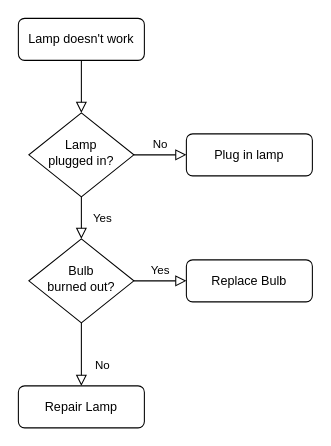
This is Untitled Diagram.drawio from tatzlwurm2/tester, a draw.io file, before an edit. Source tidied: cells renumbered, new cells numbered last; positions are measured from the earlier drawing's top-left corner, leaving out a move shared by most shapes. Both pictures are drawn from the tidied source at 105%, with x=0, y=0 at pixel (18, 18).
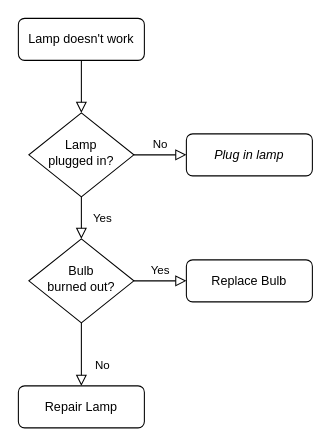
The same diagram, later.

Change to the diagram source:
```diff
@@
 <mxGraphModel>
   <root>
     <mxCell id="0" />
     <mxCell id="1" parent="0" />
     <mxCell id="2" style="rounded=0;html=1;jettySize=auto;fontSize=11;endArrow=block;endFill=0;endSize=8;strokeWidth=1;shadow=0;labelBackgroundColor=none;edgeStyle=orthogonalEdgeStyle;" parent="1" edge="1" source="3" target="6">
       <mxGeometry relative="1" as="geometry" />
     </mxCell>
     <mxCell id="3" value="Lamp doesn't work" style="rounded=1;whiteSpace=wrap;html=1;fontSize=12;glass=0;strokeWidth=1;shadow=0;" parent="1" vertex="1">
       <mxGeometry width="120" height="40" as="geometry" />
     </mxCell>
     <mxCell id="4" value="Yes" style="rounded=0;html=1;jettySize=auto;fontSize=11;endArrow=block;endFill=0;endSize=8;strokeWidth=1;shadow=0;labelBackgroundColor=none;edgeStyle=orthogonalEdgeStyle;" parent="1" edge="1" source="6" target="10">
       <mxGeometry y="20" relative="1" as="geometry" />
     </mxCell>
     <mxCell id="5" value="No" style="edgeStyle=orthogonalEdgeStyle;rounded=0;html=1;jettySize=auto;fontSize=11;endArrow=block;endFill=0;endSize=8;strokeWidth=1;shadow=0;labelBackgroundColor=none;" parent="1" edge="1" source="6" target="7">
       <mxGeometry y="10" relative="1" as="geometry" />
     </mxCell>
     <mxCell id="6" value="Lamp&lt;br&gt;plugged in?" style="rhombus;whiteSpace=wrap;html=1;shadow=0;fontFamily=Helvetica;fontSize=12;align=center;strokeWidth=1;spacing=6;spacingTop=-4;" parent="1" vertex="1">
       <mxGeometry x="10" y="90" width="100" height="80" as="geometry" />
     </mxCell>
-    <mxCell id="7" value="Plug in lamp" style="rounded=1;whiteSpace=wrap;html=1;fontSize=12;glass=0;strokeWidth=1;shadow=0;" parent="1" vertex="1">
+    <mxCell id="7" value="&lt;i&gt;Plug in lamp&lt;/i&gt;" style="rounded=1;whiteSpace=wrap;html=1;fontSize=12;glass=0;strokeWidth=1;shadow=0;" parent="1" vertex="1">
       <mxGeometry x="160" y="110" width="120" height="40" as="geometry" />
     </mxCell>
     <mxCell id="8" value="No" style="rounded=0;html=1;jettySize=auto;fontSize=11;endArrow=block;endFill=0;endSize=8;strokeWidth=1;shadow=0;labelBackgroundColor=none;edgeStyle=orthogonalEdgeStyle;" parent="1" edge="1" source="10" target="11">
       <mxGeometry x="0.33" y="20" relative="1" as="geometry" />
     </mxCell>
     <mxCell id="9" value="Yes" style="edgeStyle=orthogonalEdgeStyle;rounded=0;html=1;jettySize=auto;fontSize=11;endArrow=block;endFill=0;endSize=8;strokeWidth=1;shadow=0;labelBackgroundColor=none;" parent="1" edge="1" source="10" target="12">
       <mxGeometry y="10" relative="1" as="geometry" />
     </mxCell>
     <mxCell id="10" value="Bulb&lt;br&gt;burned out?" style="rhombus;whiteSpace=wrap;html=1;shadow=0;fontFamily=Helvetica;fontSize=12;align=center;strokeWidth=1;spacing=6;spacingTop=-4;" parent="1" vertex="1">
       <mxGeometry x="10" y="210" width="100" height="80" as="geometry" />
     </mxCell>
     <mxCell id="11" value="Repair Lamp" style="rounded=1;whiteSpace=wrap;html=1;fontSize=12;glass=0;strokeWidth=1;shadow=0;" parent="1" vertex="1">
       <mxGeometry y="350" width="120" height="40" as="geometry" />
     </mxCell>
     <mxCell id="12" value="Replace Bulb" style="rounded=1;whiteSpace=wrap;html=1;fontSize=12;glass=0;strokeWidth=1;shadow=0;" parent="1" vertex="1">
       <mxGeometry x="160" y="230" width="120" height="40" as="geometry" />
     </mxCell>
   </root>
 </mxGraphModel>
```
